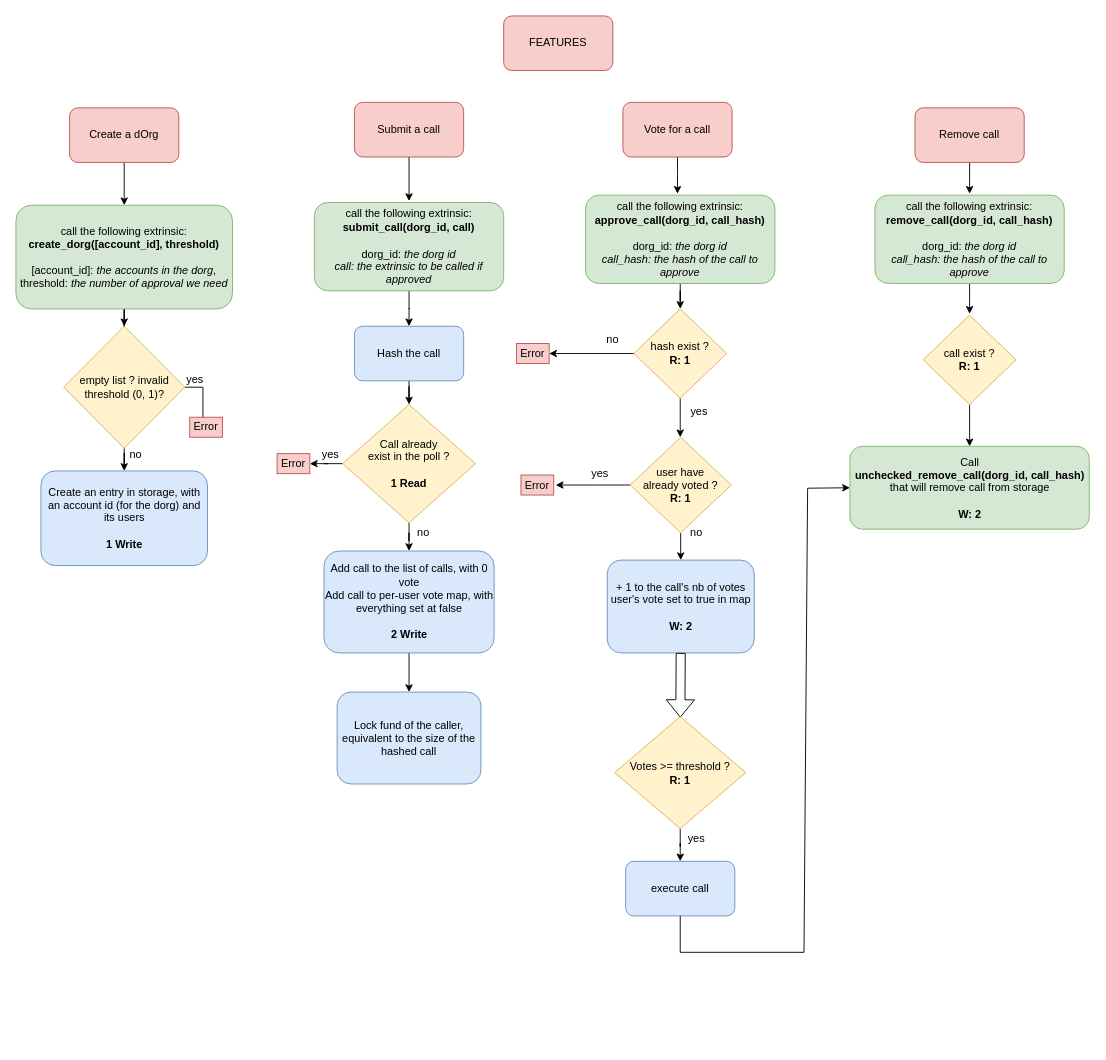
Above: pallet_dorg.drawio in kabocha-network/pallet_supersig (draw.io), before the change. Source tidied: cells renumbered, new cells numbered last; positions are measured from the earlier drawing's top-left corner, leaving out a move shared by most shapes. Both pictures are drawn from the tidied source at 91%, with x=0, y=0 at pixel (15, 15).
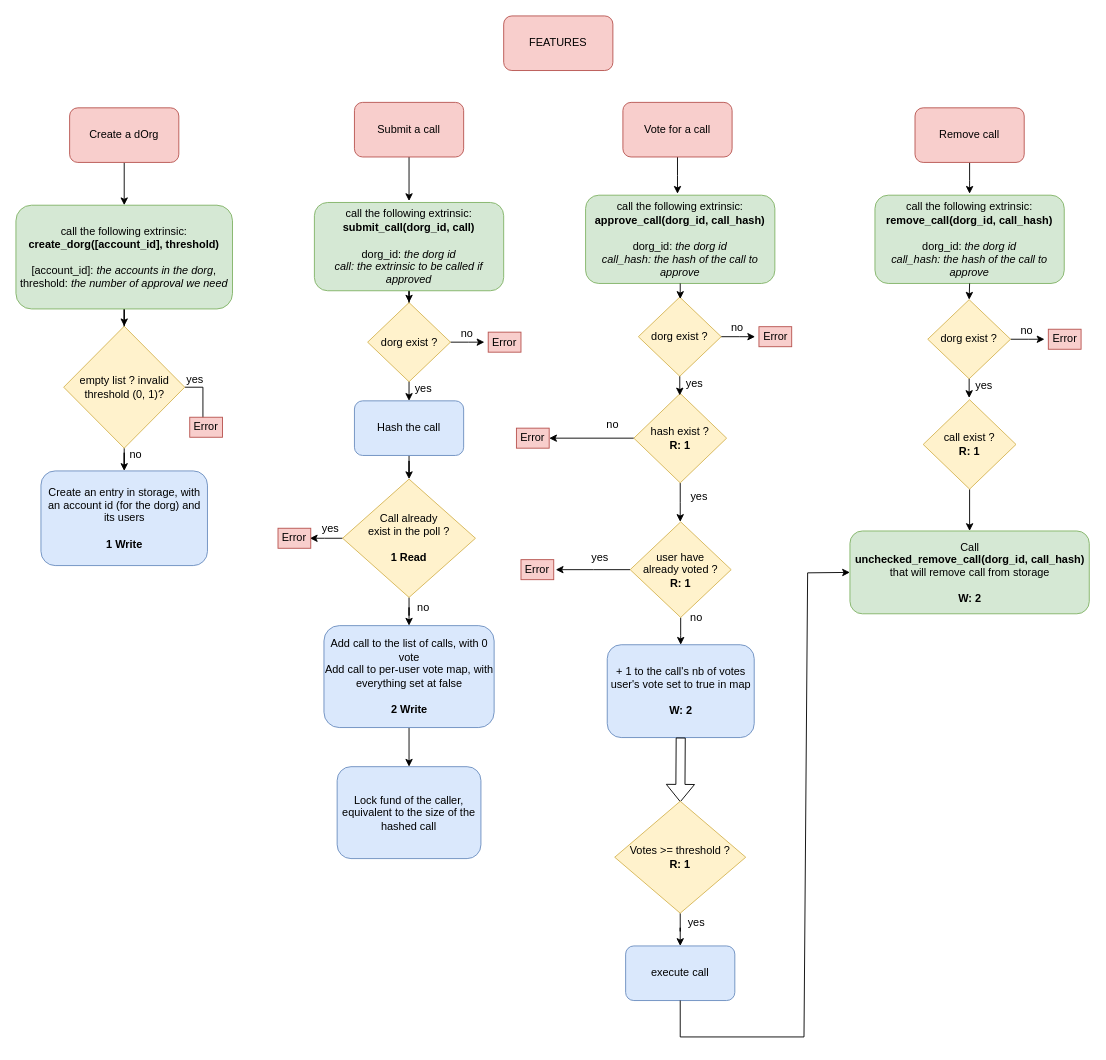
After the change.

Commit message:
added d_org existence check

Unchanged cells that the change refers to:
```xml
<mxCell id="21" value="&lt;div&gt;call the following extrinsic:&lt;/div&gt;&lt;div&gt;&lt;b&gt;submit_call(dorg_id, call)&lt;/b&gt;&lt;br&gt;&lt;/div&gt;&lt;div&gt;&lt;br&gt;&lt;/div&gt;&lt;div&gt;dorg_id: &lt;i&gt;the dorg id&lt;/i&gt;&lt;/div&gt;&lt;div&gt;&lt;i&gt;call: the extrinsic to be called if approved&lt;/i&gt;&lt;br&gt;&lt;/div&gt;" style="rounded=1;whiteSpace=wrap;html=1;fontSize=12;fillColor=#d5e8d4;strokeColor=#82b366;" parent="1" vertex="1">
  <mxGeometry x="328" y="205" width="208" height="97" as="geometry" />
</mxCell>
<mxCell id="34" value="&lt;div&gt;call the following extrinsic:&lt;/div&gt;&lt;div&gt;&lt;b&gt;approve_call(dorg_id, call_hash)&lt;/b&gt;&lt;br&gt;&lt;/div&gt;&lt;div&gt;&lt;br&gt;&lt;/div&gt;&lt;div&gt;dorg_id: &lt;i&gt;the dorg id&lt;/i&gt;&lt;/div&gt;&lt;div&gt;&lt;i&gt;call_hash: the hash of the call to approve&lt;/i&gt;&lt;br&gt;&lt;/div&gt;" style="rounded=1;whiteSpace=wrap;html=1;fontSize=12;fillColor=#d5e8d4;strokeColor=#82b366;" parent="1" vertex="1">
  <mxGeometry x="626" y="197" width="208" height="97" as="geometry" />
</mxCell>
<mxCell id="57" value="&lt;div&gt;call the following extrinsic:&lt;/div&gt;&lt;div&gt;&lt;b&gt;remove_call(dorg_id, call_hash)&lt;/b&gt;&lt;br&gt;&lt;/div&gt;&lt;div&gt;&lt;br&gt;&lt;/div&gt;&lt;div&gt;dorg_id: &lt;i&gt;the dorg id&lt;/i&gt;&lt;/div&gt;&lt;div&gt;&lt;i&gt;call_hash: the hash of the call to approve&lt;/i&gt;&lt;br&gt;&lt;/div&gt;" style="rounded=1;whiteSpace=wrap;html=1;fontSize=12;fillColor=#d5e8d4;strokeColor=#82b366;" parent="1" vertex="1">
  <mxGeometry x="944" y="197" width="208" height="97" as="geometry" />
</mxCell>
```

What changed in the source:
```diff
@@
-    <mxCell id="20" style="edgeStyle=orthogonalEdgeStyle;rounded=0;jettySize=auto;html=1;entryX=0.5;entryY=0;entryDx=0;entryDy=0;fontSize=12;" parent="1" edge="1" source="21" target="23">
-      <mxGeometry relative="1" as="geometry" />
-    </mxCell>
+    <mxCell id="59" style="edgeStyle=orthogonalEdgeStyle;rounded=0;jettySize=auto;html=1;entryX=0.5;entryY=0;entryDx=0;entryDy=0;fontSize=12;" parent="1" edge="1" source="21" target="61">
+      <mxGeometry relative="1" as="geometry" />
+    </mxCell>
@@
     <mxCell id="23" value="Hash the call" style="rounded=1;whiteSpace=wrap;html=1;fontSize=12;fillColor=#dae8fc;strokeColor=#6c8ebf;" parent="1" vertex="1">
-      <mxGeometry x="372" y="341" width="120" height="60" as="geometry" />
+      <mxGeometry x="372" y="423" width="120" height="60" as="geometry" />
     </mxCell>
@@
-    <mxCell id="25" style="edgeStyle=orthogonalEdgeStyle;rounded=0;jettySize=auto;html=1;entryX=1;entryY=0.5;entryDx=0;entryDy=0;fontSize=12;" parent="1" edge="1" source="26" target="29">
-      <mxGeometry relative="1" as="geometry" />
+    <mxCell id="25" style="edgeStyle=orthogonalEdgeStyle;rounded=0;jettySize=auto;html=1;entryX=1;entryY=0.5;entryDx=0;entryDy=0;fontSize=12;" parent="1" edge="1" source="26">
+      <mxGeometry relative="1" as="geometry">
+        <mxPoint x="323" y="574" as="targetPoint" />
+      </mxGeometry>
     </mxCell>
     <mxCell id="26" value="&lt;div&gt;Call already&lt;/div&gt;&lt;div&gt;exist in the poll ?&lt;/div&gt;&lt;div&gt;&lt;br&gt;&lt;/div&gt;&lt;div&gt;&lt;b&gt;1 Read&lt;/b&gt;&lt;br&gt;&lt;/div&gt;" style="rhombus;whiteSpace=wrap;html=1;fontSize=12;fillColor=#fff2cc;strokeColor=#d6b656;" parent="1" vertex="1">
-      <mxGeometry x="359" y="427" width="146" height="130" as="geometry" />
+      <mxGeometry x="359" y="509" width="146" height="130" as="geometry" />
     </mxCell>
@@
     <mxCell id="28" value="&lt;div&gt;Add call to the list of calls, with 0 vote&lt;/div&gt;&lt;div&gt;Add call to per-user vote map, with everything set at false &lt;br&gt;&lt;/div&gt;&lt;div&gt;&lt;br&gt;&lt;/div&gt;&lt;div&gt;&lt;b&gt;2 Write&lt;/b&gt;&lt;br&gt;&lt;/div&gt;" style="rounded=1;whiteSpace=wrap;html=1;fontSize=12;fillColor=#dae8fc;strokeColor=#6c8ebf;" parent="1" vertex="1">
-      <mxGeometry x="338.5" y="588" width="187" height="112" as="geometry" />
+      <mxGeometry x="338.5" y="670" width="187" height="112" as="geometry" />
     </mxCell>
     <mxCell id="29" value="Error" style="rounded=0;whiteSpace=wrap;html=1;fontSize=12;fillColor=#f8cecc;strokeColor=#b85450;" parent="1" vertex="1">
-      <mxGeometry x="287" y="481" width="36" height="22" as="geometry" />
+      <mxGeometry x="288" y="563" width="36" height="22" as="geometry" />
     </mxCell>
     <mxCell id="30" value="yes" style="text;html=1;strokeColor=none;fillColor=none;align=center;verticalAlign=middle;whiteSpace=wrap;rounded=0;fontSize=12;" parent="1" vertex="1">
-      <mxGeometry x="316" y="467" width="60" height="30" as="geometry" />
+      <mxGeometry x="316" y="549" width="60" height="30" as="geometry" />
     </mxCell>
     <mxCell id="31" value="no" style="text;html=1;strokeColor=none;fillColor=none;align=center;verticalAlign=middle;whiteSpace=wrap;rounded=0;fontSize=12;" parent="1" vertex="1">
-      <mxGeometry x="418" y="553" width="60" height="30" as="geometry" />
+      <mxGeometry x="418" y="635" width="60" height="30" as="geometry" />
     </mxCell>
     <mxCell id="32" value="Lock fund of the caller, equivalent to the size of the hashed call" style="rounded=1;whiteSpace=wrap;html=1;fontSize=12;fillColor=#dae8fc;strokeColor=#6c8ebf;" parent="1" vertex="1">
-      <mxGeometry x="353" y="743" width="158" height="101" as="geometry" />
+      <mxGeometry x="353" y="825" width="158" height="101" as="geometry" />
     </mxCell>
-    <mxCell id="33" style="edgeStyle=orthogonalEdgeStyle;rounded=0;jettySize=auto;html=1;fontSize=12;" parent="1" edge="1" source="34" target="37">
-      <mxGeometry relative="1" as="geometry" />
-    </mxCell>
@@
     <mxCell id="36" style="edgeStyle=orthogonalEdgeStyle;rounded=0;jettySize=auto;html=1;fontSize=12;" parent="1" edge="1" source="37">
       <mxGeometry relative="1" as="geometry">
-        <mxPoint x="730" y="463" as="targetPoint" />
+        <mxPoint x="730" y="556" as="targetPoint" />
       </mxGeometry>
     </mxCell>
     <mxCell id="37" value="&lt;div&gt;hash exist ?&lt;/div&gt;&lt;div&gt;&lt;b&gt;R: 1&lt;/b&gt;&lt;br&gt;&lt;/div&gt;" style="rhombus;whiteSpace=wrap;html=1;fontSize=12;fillColor=#fff2cc;strokeColor=#d6b656;" parent="1" vertex="1">
-      <mxGeometry x="679" y="321.9" width="102" height="98.2" as="geometry" />
+      <mxGeometry x="679" y="414.9" width="102" height="98.2" as="geometry" />
     </mxCell>
     <mxCell id="38" value="Error" style="rounded=0;whiteSpace=wrap;html=1;fontSize=12;fillColor=#f8cecc;strokeColor=#b85450;" parent="1" vertex="1">
-      <mxGeometry x="550" y="360" width="36" height="22" as="geometry" />
+      <mxGeometry x="550" y="453" width="36" height="22" as="geometry" />
     </mxCell>
     <mxCell id="39" value="no" style="text;html=1;strokeColor=none;fillColor=none;align=center;verticalAlign=middle;whiteSpace=wrap;rounded=0;fontSize=12;" parent="1" vertex="1">
-      <mxGeometry x="626" y="341" width="60" height="30" as="geometry" />
+      <mxGeometry x="626" y="434" width="60" height="30" as="geometry" />
     </mxCell>
     <mxCell id="40" value="yes" style="text;html=1;strokeColor=none;fillColor=none;align=center;verticalAlign=middle;whiteSpace=wrap;rounded=0;fontSize=12;" parent="1" vertex="1">
-      <mxGeometry x="721" y="420.1" width="60" height="30" as="geometry" />
+      <mxGeometry x="721" y="513.1" width="60" height="30" as="geometry" />
     </mxCell>
     <mxCell id="41" style="edgeStyle=orthogonalEdgeStyle;rounded=0;jettySize=auto;html=1;fontSize=12;" parent="1" edge="1" source="43">
       <mxGeometry relative="1" as="geometry">
-        <mxPoint x="593.2" y="515.5" as="targetPoint" />
+        <mxPoint x="593.2" y="608.5" as="targetPoint" />
       </mxGeometry>
     </mxCell>
@@
     <mxCell id="43" value="&lt;div&gt;user have&lt;/div&gt;&lt;div&gt;already voted ?&lt;/div&gt;&lt;div&gt;&lt;b&gt;R: 1&lt;/b&gt;&lt;br&gt;&lt;/div&gt;" style="rhombus;whiteSpace=wrap;html=1;fontSize=12;fillColor=#fff2cc;strokeColor=#d6b656;" parent="1" vertex="1">
-      <mxGeometry x="675" y="463" width="111" height="105" as="geometry" />
+      <mxGeometry x="675" y="556" width="111" height="105" as="geometry" />
     </mxCell>
     <mxCell id="44" value="Error" style="rounded=0;whiteSpace=wrap;html=1;fontSize=12;fillColor=#f8cecc;strokeColor=#b85450;" parent="1" vertex="1">
-      <mxGeometry x="555" y="504.5" width="36" height="22" as="geometry" />
+      <mxGeometry x="555" y="597.5" width="36" height="22" as="geometry" />
     </mxCell>
     <mxCell id="45" value="no" style="text;html=1;strokeColor=none;fillColor=none;align=center;verticalAlign=middle;whiteSpace=wrap;rounded=0;fontSize=12;" parent="1" vertex="1">
-      <mxGeometry x="718" y="553" width="60" height="30" as="geometry" />
+      <mxGeometry x="718" y="646" width="60" height="30" as="geometry" />
     </mxCell>
     <mxCell id="46" value="yes" style="text;html=1;strokeColor=none;fillColor=none;align=center;verticalAlign=middle;whiteSpace=wrap;rounded=0;fontSize=12;" parent="1" vertex="1">
-      <mxGeometry x="612" y="488" width="60" height="30" as="geometry" />
+      <mxGeometry x="612" y="581" width="60" height="30" as="geometry" />
     </mxCell>
     <mxCell id="47" value="&lt;div&gt;+ 1 to the call's nb of votes&lt;/div&gt;&lt;div&gt;user's vote set to true in map&lt;/div&gt;&lt;div&gt;&lt;b&gt;&lt;br&gt;&lt;/b&gt;&lt;/div&gt;&lt;div&gt;&lt;b&gt;W: 2&lt;/b&gt;&lt;br&gt;&lt;/div&gt;" style="rounded=1;whiteSpace=wrap;html=1;fontSize=12;fillColor=#dae8fc;strokeColor=#6c8ebf;" parent="1" vertex="1">
-      <mxGeometry x="649.8" y="598" width="161.5" height="102" as="geometry" />
+      <mxGeometry x="649.8" y="691" width="161.5" height="102" as="geometry" />
     </mxCell>
     <mxCell id="48" style="shape=flexArrow;endArrow=classic;html=1;rounded=0;fontSize=12;exitX=0.5;exitY=1;exitDx=0;exitDy=0;" parent="1" edge="1" source="47">
       <mxGeometry relative="1" as="geometry">
-        <mxPoint x="730.1" y="771" as="targetPoint" />
+        <mxPoint x="730.1" y="864" as="targetPoint" />
       </mxGeometry>
     </mxCell>
@@
     <mxCell id="50" value="&lt;div&gt;Votes &amp;gt;= threshold ?&lt;/div&gt;&lt;b&gt;R: 1&lt;/b&gt;" style="rhombus;whiteSpace=wrap;html=1;fontSize=12;fillColor=#fff2cc;strokeColor=#d6b656;" parent="1" vertex="1">
-      <mxGeometry x="658" y="770" width="144" height="123" as="geometry" />
+      <mxGeometry x="658" y="863" width="144" height="123" as="geometry" />
     </mxCell>
     <mxCell id="51" value="yes" style="text;html=1;strokeColor=none;fillColor=none;align=center;verticalAlign=middle;whiteSpace=wrap;rounded=0;fontSize=12;" parent="1" vertex="1">
-      <mxGeometry x="718" y="889" width="60" height="30" as="geometry" />
+      <mxGeometry x="718" y="982" width="60" height="30" as="geometry" />
     </mxCell>
     <mxCell id="52" value="execute call" style="rounded=1;whiteSpace=wrap;html=1;fontSize=12;fillColor=#dae8fc;strokeColor=#6c8ebf;" parent="1" vertex="1">
-      <mxGeometry x="670" y="929" width="120" height="60" as="geometry" />
+      <mxGeometry x="670" y="1022" width="120" height="60" as="geometry" />
     </mxCell>
     <mxCell id="53" style="endArrow=classic;html=1;rounded=0;fontSize=12;exitX=0.5;exitY=1;exitDx=0;exitDy=0;entryX=0;entryY=0.5;entryDx=0;entryDy=0;" parent="1" edge="1" source="52" target="58">
       <mxGeometry relative="1" as="geometry">
         <Array as="points">
-          <mxPoint x="730" y="1029" />
-          <mxPoint x="866" y="1029" />
-          <mxPoint x="870" y="519" />
+          <mxPoint x="730" y="1122" />
+          <mxPoint x="866" y="1122" />
+          <mxPoint x="870" y="612" />
         </Array>
       </mxGeometry>
     </mxCell>
@@
     <mxCell id="55" value="&lt;div&gt;call exist ?&lt;/div&gt;&lt;div&gt;&lt;b&gt;R: 1&lt;/b&gt;&lt;br&gt;&lt;/div&gt;" style="rhombus;whiteSpace=wrap;html=1;fontSize=12;fillColor=#fff2cc;strokeColor=#d6b656;" parent="1" vertex="1">
-      <mxGeometry x="997" y="328.8" width="102" height="98.2" as="geometry" />
+      <mxGeometry x="997" y="421.8" width="102" height="98.2" as="geometry" />
     </mxCell>
-    <mxCell id="56" style="edgeStyle=orthogonalEdgeStyle;rounded=0;jettySize=auto;html=1;fontSize=12;" parent="1" edge="1" source="57">
-      <mxGeometry relative="1" as="geometry">
-        <mxPoint x="1048" y="327.3" as="targetPoint" />
-      </mxGeometry>
-    </mxCell>
@@
     <mxCell id="58" value="&lt;div&gt;Call&lt;/div&gt;&lt;div&gt;&lt;b&gt;unchecked_remove_call(dorg_id, call_hash)&lt;/b&gt;&lt;br&gt;&lt;/div&gt;&lt;div&gt;that will remove call from storage&lt;/div&gt;&lt;div&gt;&lt;br&gt;&lt;/div&gt;&lt;div&gt;&lt;b&gt;W: 2&lt;/b&gt;&lt;br&gt;&lt;/div&gt;" style="rounded=1;whiteSpace=wrap;html=1;fontSize=12;fillColor=#d5e8d4;strokeColor=#82b366;" parent="1" vertex="1">
-      <mxGeometry x="916.5" y="473" width="263" height="91" as="geometry" />
+      <mxGeometry x="916.5" y="566" width="263" height="91" as="geometry" />
     </mxCell>
+    <mxCell id="60" style="edgeStyle=orthogonalEdgeStyle;rounded=0;jettySize=auto;html=1;fontSize=12;" parent="1" edge="1" source="61">
+      <mxGeometry relative="1" as="geometry">
+        <mxPoint x="514.8" y="358.5" as="targetPoint" />
+      </mxGeometry>
+    </mxCell>
+    <mxCell id="61" value="dorg exist ?" style="rhombus;whiteSpace=wrap;html=1;fontSize=12;fillColor=#fff2cc;strokeColor=#d6b656;" parent="1" vertex="1">
+      <mxGeometry x="386.5" y="315" width="91" height="87" as="geometry" />
+    </mxCell>
+    <mxCell id="62" value="no" style="text;html=1;strokeColor=none;fillColor=none;align=center;verticalAlign=middle;whiteSpace=wrap;rounded=0;fontSize=12;" parent="1" vertex="1">
+      <mxGeometry x="465.5" y="334" width="60" height="30" as="geometry" />
+    </mxCell>
+    <mxCell id="63" value="yes" style="text;html=1;strokeColor=none;fillColor=none;align=center;verticalAlign=middle;whiteSpace=wrap;rounded=0;fontSize=12;" parent="1" vertex="1">
+      <mxGeometry x="418" y="395" width="60" height="30" as="geometry" />
+    </mxCell>
+    <mxCell id="64" value="Error" style="rounded=0;whiteSpace=wrap;html=1;fontSize=12;fillColor=#f8cecc;strokeColor=#b85450;" parent="1" vertex="1">
+      <mxGeometry x="519" y="347.5" width="36" height="22" as="geometry" />
+    </mxCell>
+    <mxCell id="65" style="endArrow=classic;html=1;rounded=0;fontSize=12;exitX=0.5;exitY=1;exitDx=0;exitDy=0;entryX=0.5;entryY=0;entryDx=0;entryDy=0;" parent="1" edge="1" source="61" target="23">
+      <mxGeometry relative="1" as="geometry" />
+    </mxCell>
+    <mxCell id="66" style="edgeStyle=orthogonalEdgeStyle;rounded=0;jettySize=auto;html=1;fontSize=12;" parent="1" edge="1" source="67">
+      <mxGeometry relative="1" as="geometry">
+        <mxPoint x="812.3" y="352.5" as="targetPoint" />
+      </mxGeometry>
+    </mxCell>
+    <mxCell id="67" value="dorg exist ?" style="rhombus;whiteSpace=wrap;html=1;fontSize=12;fillColor=#fff2cc;strokeColor=#d6b656;" parent="1" vertex="1">
+      <mxGeometry x="684" y="309" width="91" height="87" as="geometry" />
+    </mxCell>
+    <mxCell id="68" value="no" style="text;html=1;strokeColor=none;fillColor=none;align=center;verticalAlign=middle;whiteSpace=wrap;rounded=0;fontSize=12;" parent="1" vertex="1">
+      <mxGeometry x="763" y="328" width="60" height="30" as="geometry" />
+    </mxCell>
+    <mxCell id="69" value="yes" style="text;html=1;strokeColor=none;fillColor=none;align=center;verticalAlign=middle;whiteSpace=wrap;rounded=0;fontSize=12;" parent="1" vertex="1">
+      <mxGeometry x="715.5" y="389" width="60" height="30" as="geometry" />
+    </mxCell>
+    <mxCell id="70" value="Error" style="rounded=0;whiteSpace=wrap;html=1;fontSize=12;fillColor=#f8cecc;strokeColor=#b85450;" parent="1" vertex="1">
+      <mxGeometry x="816.5" y="341.5" width="36" height="22" as="geometry" />
+    </mxCell>
+    <mxCell id="71" style="endArrow=classic;html=1;rounded=0;fontSize=12;exitX=0.5;exitY=1;exitDx=0;exitDy=0;entryX=0.5;entryY=0;entryDx=0;entryDy=0;" parent="1" edge="1" source="67">
+      <mxGeometry relative="1" as="geometry">
+        <mxPoint x="729.5" y="417" as="targetPoint" />
+      </mxGeometry>
+    </mxCell>
+    <mxCell id="72" style="edgeStyle=orthogonalEdgeStyle;rounded=0;jettySize=auto;html=1;fontSize=12;" parent="1" edge="1" source="73">
+      <mxGeometry relative="1" as="geometry">
+        <mxPoint x="1130.3" y="355.3" as="targetPoint" />
+      </mxGeometry>
+    </mxCell>
+    <mxCell id="73" value="dorg exist ?" style="rhombus;whiteSpace=wrap;html=1;fontSize=12;fillColor=#fff2cc;strokeColor=#d6b656;" parent="1" vertex="1">
+      <mxGeometry x="1002" y="311.8" width="91" height="87" as="geometry" />
+    </mxCell>
+    <mxCell id="74" value="no" style="text;html=1;strokeColor=none;fillColor=none;align=center;verticalAlign=middle;whiteSpace=wrap;rounded=0;fontSize=12;" parent="1" vertex="1">
+      <mxGeometry x="1081" y="330.8" width="60" height="30" as="geometry" />
+    </mxCell>
+    <mxCell id="75" value="yes" style="text;html=1;strokeColor=none;fillColor=none;align=center;verticalAlign=middle;whiteSpace=wrap;rounded=0;fontSize=12;" parent="1" vertex="1">
+      <mxGeometry x="1033.5" y="391.8" width="60" height="30" as="geometry" />
+    </mxCell>
+    <mxCell id="76" value="Error" style="rounded=0;whiteSpace=wrap;html=1;fontSize=12;fillColor=#f8cecc;strokeColor=#b85450;" parent="1" vertex="1">
+      <mxGeometry x="1134.5" y="344.3" width="36" height="22" as="geometry" />
+    </mxCell>
+    <mxCell id="77" style="endArrow=classic;html=1;rounded=0;fontSize=12;exitX=0.5;exitY=1;exitDx=0;exitDy=0;entryX=0.5;entryY=0;entryDx=0;entryDy=0;" parent="1" edge="1" source="73">
+      <mxGeometry relative="1" as="geometry">
+        <mxPoint x="1047.5" y="419.8" as="targetPoint" />
+      </mxGeometry>
+    </mxCell>
+    <mxCell id="78" style="endArrow=classic;html=1;rounded=0;fontSize=12;exitX=0.5;exitY=1;exitDx=0;exitDy=0;entryX=0.5;entryY=0;entryDx=0;entryDy=0;" parent="1" edge="1" source="57" target="73">
+      <mxGeometry relative="1" as="geometry" />
+    </mxCell>
+    <mxCell id="79" style="endArrow=classic;html=1;rounded=0;fontSize=12;exitX=0.5;exitY=1;exitDx=0;exitDy=0;" parent="1" edge="1" source="34">
+      <mxGeometry relative="1" as="geometry">
+        <mxPoint x="730" y="311" as="targetPoint" />
+      </mxGeometry>
+    </mxCell>
```
